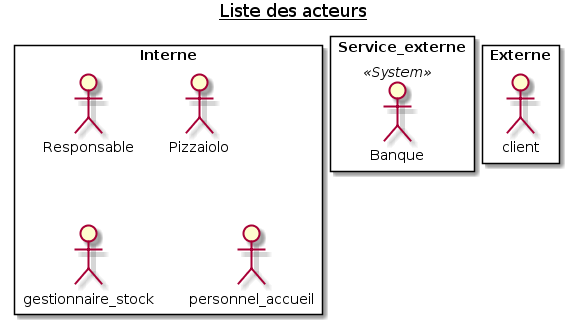
Before: doc/img/0_ListActors.png, a diagram exported from PlantUML (Zepmanbc/oc_dapython_pr4).
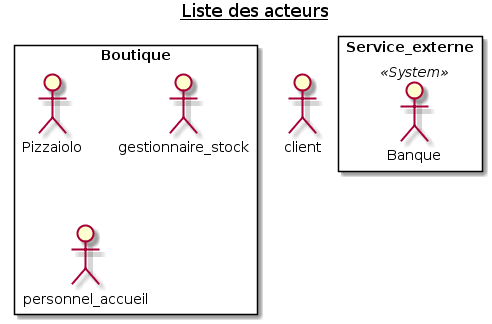
Above is the later version.

What changed in the source:
```diff
@@ -1,8 +1,9 @@
 @startuml 0_ListActors
 title <u>Liste des acteurs</u>
 
-rectangle Interne {
-    actor Responsable as RESP
+actor client as CUSTOMER
+
+rectangle Boutique {
     actor Pizzaiolo as PIZLO
     actor gestionnaire_stock as GEST
     actor personnel_accueil as ACCUEIL
@@ -12,8 +13,4 @@
     actor Banque <<System>> as BANK
 }
 
-rectangle Externe {
-    actor client as CUSTOMER
-}
-
 @enduml
```
